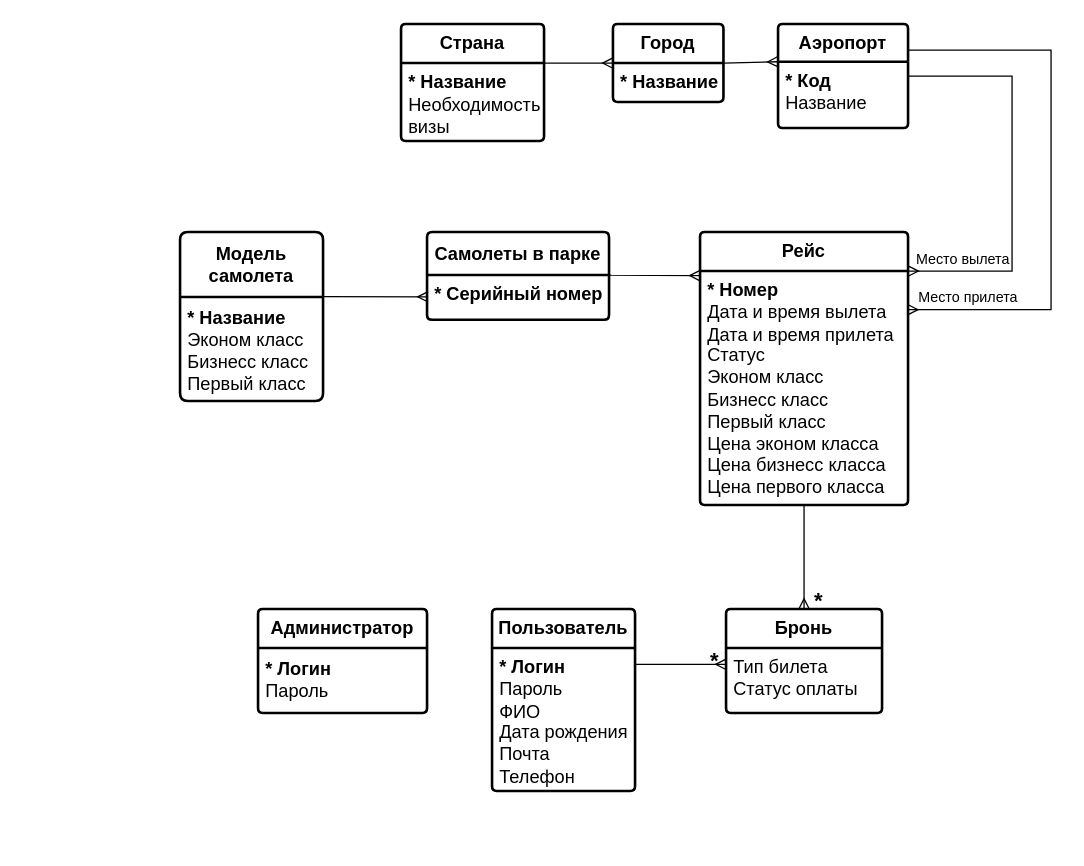
The draw.io diagram doc/erd.drawio in Yappyd/course_project_2024, before the edit. Source tidied: cells renumbered, new cells numbered last; positions are measured from the earlier drawing's top-left corner, leaving out a move shared by most shapes. Both pictures are drawn from the tidied source at 130%, with x=0, y=0 at pixel (179, 23).
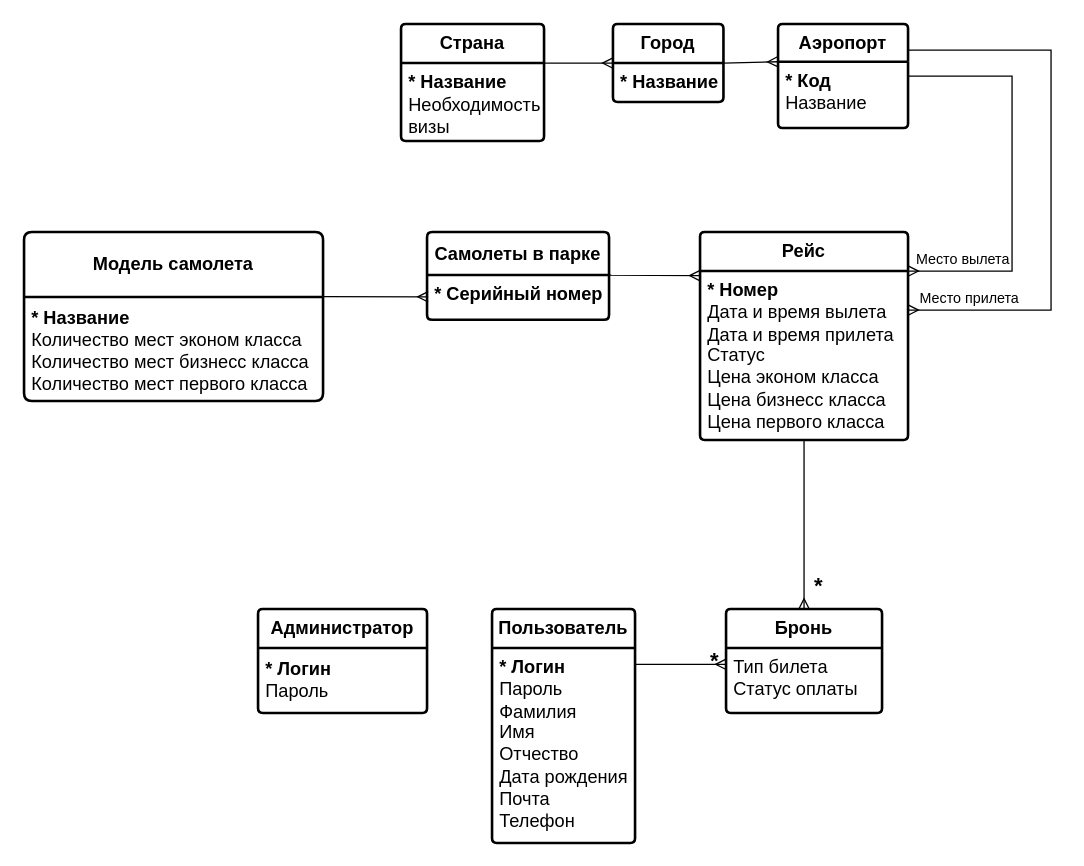
The same diagram, later.

Commit message (it also covers changes not shown here):
Небольшие изменения в erd и relational диаграммах

The edit, as a diff of the source:
```diff
@@
     <mxCell id="2" value="&lt;b&gt;Пользователь&lt;/b&gt;" style="swimlane;horizontal=1;startSize=30;rounded=1;fontSize=14;fontStyle=0;strokeWidth=2;shadow=0;dashed=0;align=center;arcSize=4;whiteSpace=wrap;html=1;" parent="1" vertex="1">
-      <mxGeometry x="240" y="450" width="110" height="140" as="geometry" />
+      <mxGeometry x="240" y="450" width="110" height="180" as="geometry" />
     </mxCell>
-    <mxCell id="3" value="&lt;font style=&quot;font-size: 14px;&quot;&gt;&lt;b&gt;* Логин&lt;br&gt;&lt;/b&gt;Пароль&lt;br&gt;ФИО&lt;br&gt;Дата рождения&lt;br&gt;Почта&lt;br&gt;Телефон&lt;/font&gt;" style="align=left;strokeColor=none;fillColor=none;spacingLeft=4;fontSize=12;verticalAlign=top;html=1;" parent="2" vertex="1">
-      <mxGeometry y="30" width="110" height="110" as="geometry" />
+    <mxCell id="3" value="&lt;font style=&quot;font-size: 14px;&quot;&gt;&lt;b&gt;* Логин&lt;br&gt;&lt;/b&gt;Пароль&lt;br&gt;Фамилия&lt;br&gt;Имя&lt;br&gt;Отчество&lt;br&gt;Дата рождения&lt;br&gt;Почта&lt;br&gt;Телефон&lt;/font&gt;" style="align=left;strokeColor=none;fillColor=none;spacingLeft=4;fontSize=12;verticalAlign=top;html=1;" parent="2" vertex="1">
+      <mxGeometry y="30" width="110" height="150" as="geometry" />
     </mxCell>
     <mxCell id="4" value="&lt;b&gt;Модель самолета&lt;/b&gt;" style="swimlane;horizontal=1;startSize=50;rounded=1;fontSize=14;fontStyle=0;strokeWidth=2;shadow=0;dashed=0;align=center;arcSize=4;whiteSpace=wrap;html=1;" parent="1" vertex="1">
-      <mxGeometry y="160" width="110" height="130" as="geometry" />
+      <mxGeometry x="-120" y="160" width="230" height="130" as="geometry" />
     </mxCell>
-    <mxCell id="5" value="&lt;div style=&quot;font-size: 15px;&quot;&gt;&lt;b style=&quot;background-color: initial; font-size: 14px;&quot;&gt;* Название&lt;/b&gt;&lt;/div&gt;&lt;font style=&quot;font-size: 14px;&quot;&gt;&lt;div style=&quot;&quot;&gt;&lt;span style=&quot;background-color: initial;&quot;&gt;Эконом класс&lt;/span&gt;&lt;/div&gt;&lt;div style=&quot;&quot;&gt;&lt;span style=&quot;background-color: initial;&quot;&gt;Бизнесс класс&lt;/span&gt;&lt;/div&gt;&lt;div style=&quot;&quot;&gt;&lt;span style=&quot;background-color: initial;&quot;&gt;Первый класс&lt;/span&gt;&lt;/div&gt;&lt;/font&gt;" style="align=left;strokeColor=none;fillColor=none;spacingLeft=4;fontSize=12;verticalAlign=top;html=1;" parent="4" vertex="1">
-      <mxGeometry y="50" width="110" height="80" as="geometry" />
+    <mxCell id="5" value="&lt;div style=&quot;font-size: 15px;&quot;&gt;&lt;b style=&quot;background-color: initial; font-size: 14px;&quot;&gt;* Название&lt;/b&gt;&lt;/div&gt;&lt;font style=&quot;font-size: 14px;&quot;&gt;&lt;div style=&quot;&quot;&gt;&lt;span style=&quot;background-color: initial;&quot;&gt;Количество мест&amp;nbsp;&lt;/span&gt;&lt;span style=&quot;background-color: initial;&quot;&gt;эконом класса&lt;/span&gt;&lt;/div&gt;&lt;div style=&quot;&quot;&gt;&lt;span style=&quot;background-color: initial;&quot;&gt;Количество мест бизнесс класса&lt;/span&gt;&lt;/div&gt;&lt;div style=&quot;&quot;&gt;&lt;span style=&quot;background-color: initial;&quot;&gt;Количество мест первого класса&lt;/span&gt;&lt;/div&gt;&lt;/font&gt;" style="align=left;strokeColor=none;fillColor=none;spacingLeft=4;fontSize=12;verticalAlign=top;html=1;" parent="4" vertex="1">
+      <mxGeometry y="50" width="230" height="80" as="geometry" />
     </mxCell>
@@
     <mxCell id="14" value="&lt;b&gt;Рейс&lt;/b&gt;" style="swimlane;horizontal=1;startSize=30;rounded=1;fontSize=14;fontStyle=0;strokeWidth=2;shadow=0;dashed=0;align=center;arcSize=4;whiteSpace=wrap;html=1;" parent="1" vertex="1">
-      <mxGeometry x="400" y="160" width="160" height="210" as="geometry" />
+      <mxGeometry x="400" y="160" width="160" height="160" as="geometry" />
     </mxCell>
-    <mxCell id="15" value="&lt;font style=&quot;font-size: 14px;&quot;&gt;&lt;b&gt;* Номер&lt;/b&gt;&lt;br&gt;Дата и время вылета&lt;br&gt;Дата и время прилета&lt;br&gt;Статус&lt;br&gt;Эконом класс&lt;br&gt;Бизнесс класс&lt;br&gt;Первый класс&lt;br&gt;Цена эконом класса&lt;br&gt;Цена бизнесс класса&lt;br&gt;Цена первого класса&lt;br&gt;&lt;/font&gt;" style="align=left;strokeColor=none;fillColor=none;spacingLeft=4;fontSize=12;verticalAlign=top;html=1;" parent="14" vertex="1">
-      <mxGeometry y="30" width="160" height="180" as="geometry" />
+    <mxCell id="15" value="&lt;font style=&quot;font-size: 14px;&quot;&gt;&lt;b&gt;* Номер&lt;/b&gt;&lt;br&gt;Дата и время вылета&lt;br&gt;Дата и время прилета&lt;br&gt;Статус&lt;br&gt;Цена эконом класса&lt;br&gt;Цена бизнесс класса&lt;br&gt;Цена первого класса&lt;br&gt;&lt;/font&gt;" style="align=left;strokeColor=none;fillColor=none;spacingLeft=4;fontSize=12;verticalAlign=top;html=1;" parent="14" vertex="1">
+      <mxGeometry y="30" width="160" height="130" as="geometry" />
     </mxCell>
+    <mxCell id="32" style="edgeStyle=orthogonalEdgeStyle;rounded=0;orthogonalLoop=1;jettySize=auto;html=1;exitX=0.5;exitY=1;exitDx=0;exitDy=0;" parent="14" edge="1" source="15" target="15">
+      <mxGeometry relative="1" as="geometry" />
+    </mxCell>
@@
-    <mxCell id="24" style="edgeStyle=orthogonalEdgeStyle;fontSize=12;html=1;endArrow=ERmany;rounded=0;exitX=1;exitY=0;exitDx=0;exitDy=0;entryX=0.998;entryY=0.165;entryDx=0;entryDy=0;entryPerimeter=0;" parent="1" edge="1" target="15">
+    <mxCell id="24" style="edgeStyle=orthogonalEdgeStyle;fontSize=12;html=1;endArrow=ERmany;rounded=0;exitX=1;exitY=0;exitDx=0;exitDy=0;" parent="1" edge="1">
       <mxGeometry relative="1" as="geometry">
         <mxPoint x="560" y="20" as="sourcePoint" />
+        <mxPoint x="560" y="220" as="targetPoint" />
         <Array as="points">
           <mxPoint x="670" y="20" />
           <mxPoint x="670" y="220" />
         </Array>
       </mxGeometry>
     </mxCell>
```
